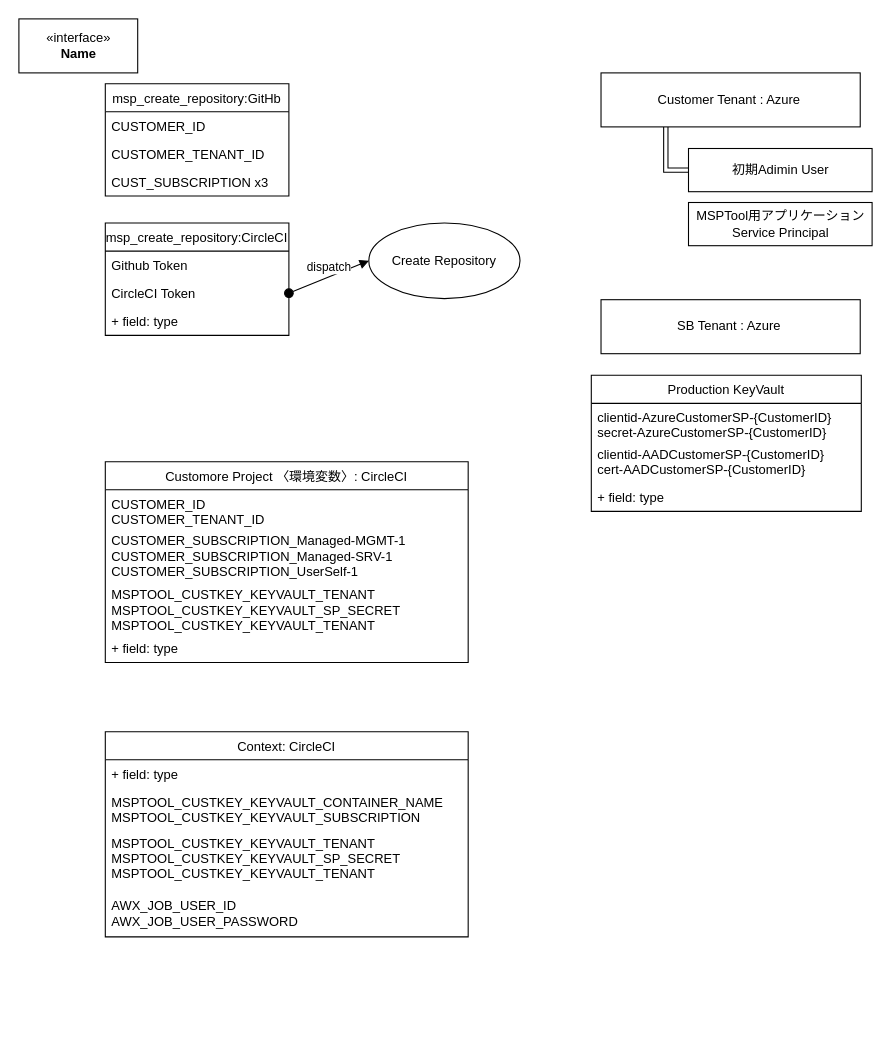
katok614/testtest keeps this draw.io diagram as doc/名称未設定ファイル.drawio. Above is the earlier version. Source tidied: cells renumbered, new cells numbered last; positions are measured from the earlier drawing's top-left corner, leaving out a move shared by most shapes. Both pictures are drawn from the tidied source at 108%, with x=0, y=0 at pixel (18, 18).
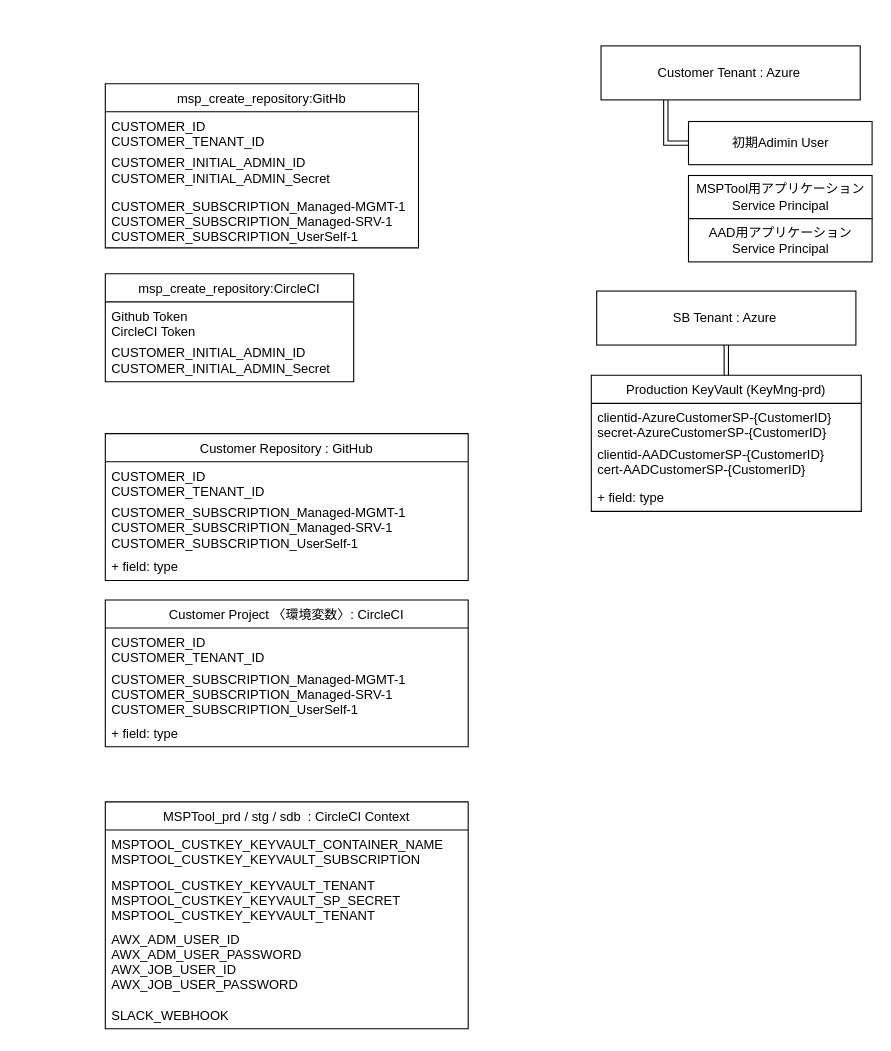
The same diagram, later.

Commit message:
名称未設定ファイル.drawio を更新します

Change to the diagram source:
```diff
@@
-    <mxCell id="2" value="&amp;laquo;interface&amp;raquo;&lt;br&gt;&lt;b&gt;Name&lt;/b&gt;" style="html=1;" parent="1" vertex="1">
-      <mxGeometry width="110" height="50" as="geometry" />
-    </mxCell>
     <mxCell id="3" value="msp_create_repository:GitHb" style="swimlane;fontStyle=0;horizontal=1;startSize=26;fillColor=none;" parent="1" vertex="1">
-      <mxGeometry x="80" y="60" width="170" height="104" as="geometry" />
+      <mxGeometry x="80" y="60" width="290" height="152" as="geometry" />
     </mxCell>
-    <mxCell id="4" value="CUSTOMER_ID" style="text;strokeColor=none;fillColor=none;align=left;verticalAlign=top;spacingLeft=4;spacingRight=4;overflow=hidden;" parent="3" vertex="1">
-      <mxGeometry y="26" width="170" height="26" as="geometry" />
+    <mxCell id="4" value="CUSTOMER_ID&#10;CUSTOMER_TENANT_ID" style="text;strokeColor=none;fillColor=none;align=left;verticalAlign=top;spacingLeft=4;spacingRight=4;overflow=hidden;" parent="3" vertex="1">
+      <mxGeometry y="26" width="290" height="34" as="geometry" />
     </mxCell>
-    <mxCell id="5" value="CUSTOMER_TENANT_ID" style="text;strokeColor=none;fillColor=none;align=left;verticalAlign=top;spacingLeft=4;spacingRight=4;overflow=hidden;" parent="3" vertex="1">
-      <mxGeometry y="52" width="170" height="26" as="geometry" />
+    <mxCell id="5" value="CUSTOMER_INITIAL_ADMIN_ID&#10;CUSTOMER_INITIAL_ADMIN_Secret&#10;" style="text;strokeColor=none;fillColor=none;align=left;verticalAlign=top;spacingLeft=4;spacingRight=4;overflow=hidden;" parent="3" vertex="1">
+      <mxGeometry y="60" width="290" height="40" as="geometry" />
     </mxCell>
-    <mxCell id="6" value="CUST_SUBSCRIPTION x3" style="text;strokeColor=none;fillColor=none;align=left;verticalAlign=top;spacingLeft=4;spacingRight=4;overflow=hidden;" parent="3" vertex="1">
-      <mxGeometry y="78" width="170" height="26" as="geometry" />
+    <mxCell id="6" value="CUSTOMER_SUBSCRIPTION_Managed-MGMT-1&#10;CUSTOMER_SUBSCRIPTION_Managed-SRV-1&#10;CUSTOMER_SUBSCRIPTION_UserSelf-1" style="text;strokeColor=none;fillColor=none;align=left;verticalAlign=top;spacingLeft=4;spacingRight=4;overflow=hidden;" parent="3" vertex="1">
+      <mxGeometry y="100" width="290" height="52" as="geometry" />
     </mxCell>
     <mxCell id="7" value="msp_create_repository:CircleCI" style="swimlane;fontStyle=0;horizontal=1;startSize=26;fillColor=none;" parent="1" vertex="1">
-      <mxGeometry x="80" y="189" width="170" height="104" as="geometry" />
+      <mxGeometry x="80" y="236" width="230" height="100" as="geometry" />
     </mxCell>
-    <mxCell id="8" value="Github Token" style="text;strokeColor=none;fillColor=none;align=left;verticalAlign=top;spacingLeft=4;spacingRight=4;overflow=hidden;" parent="7" vertex="1">
-      <mxGeometry y="26" width="170" height="26" as="geometry" />
+    <mxCell id="8" value="Github Token&#10;CircleCI Token" style="text;strokeColor=none;fillColor=none;align=left;verticalAlign=top;spacingLeft=4;spacingRight=4;overflow=hidden;" parent="7" vertex="1">
+      <mxGeometry y="26" width="230" height="34" as="geometry" />
     </mxCell>
-    <mxCell id="9" value="CircleCI Token" style="text;strokeColor=none;fillColor=none;align=left;verticalAlign=top;spacingLeft=4;spacingRight=4;overflow=hidden;points=[[0,0.5],[1,0.5]];portConstraint=eastwest;" parent="7" vertex="1">
-      <mxGeometry y="52" width="170" height="26" as="geometry" />
-    </mxCell>
-    <mxCell id="10" value="+ field: type" style="text;strokeColor=none;fillColor=none;align=left;verticalAlign=top;spacingLeft=4;spacingRight=4;overflow=hidden;" parent="7" vertex="1">
-      <mxGeometry y="78" width="170" height="26" as="geometry" />
+    <mxCell id="10" value="CUSTOMER_INITIAL_ADMIN_ID&#10;CUSTOMER_INITIAL_ADMIN_Secret&#10;" style="text;strokeColor=none;fillColor=none;align=left;verticalAlign=top;spacingLeft=4;spacingRight=4;overflow=hidden;" parent="7" vertex="1">
+      <mxGeometry y="60" width="230" height="40" as="geometry" />
     </mxCell>
-    <mxCell id="11" value="Create Repository" style="ellipse;whiteSpace=wrap;html=1;" parent="1" vertex="1">
-      <mxGeometry x="324" y="189" width="140" height="70" as="geometry" />
-    </mxCell>
-    <mxCell id="12" value="dispatch" style="html=1;verticalAlign=bottom;startArrow=oval;startFill=1;endArrow=block;startSize=8;entryX=0;entryY=0.5;entryDx=0;entryDy=0;exitX=1;exitY=0.5;exitDx=0;exitDy=0;" parent="1" edge="1" source="9" target="11">
-      <mxGeometry relative="1" as="geometry" />
-    </mxCell>
-    <mxCell id="13" value="Context: CircleCI" style="swimlane;fontStyle=0;horizontal=1;startSize=26;fillColor=none;" parent="1" vertex="1">
-      <mxGeometry x="80" y="660" width="336" height="190" as="geometry" />
+    <mxCell id="13" value="MSPTool_prd / stg / sdb  : CircleCI Context" style="swimlane;fontStyle=0;horizontal=1;startSize=26;fillColor=none;" parent="1" vertex="1">
+      <mxGeometry x="80" y="725" width="336" height="210" as="geometry" />
     </mxCell>
-    <mxCell id="14" value="+ field: type" style="text;strokeColor=none;fillColor=none;align=left;verticalAlign=top;spacingLeft=4;spacingRight=4;overflow=hidden;" parent="13" vertex="1">
-      <mxGeometry y="26" width="336" height="26" as="geometry" />
-    </mxCell>
     <mxCell id="15" value="MSPTOOL_CUSTKEY_KEYVAULT_CONTAINER_NAME&#10;MSPTOOL_CUSTKEY_KEYVAULT_SUBSCRIPTION" style="text;strokeColor=none;fillColor=none;align=left;verticalAlign=top;spacingLeft=4;spacingRight=4;overflow=hidden;" parent="13" vertex="1">
-      <mxGeometry y="52" width="336" height="38" as="geometry" />
+      <mxGeometry y="26" width="336" height="38" as="geometry" />
     </mxCell>
     <mxCell id="16" value="MSPTOOL_CUSTKEY_KEYVAULT_TENANT&#10;MSPTOOL_CUSTKEY_KEYVAULT_SP_SECRET&#10;MSPTOOL_CUSTKEY_KEYVAULT_TENANT" style="text;strokeColor=none;fillColor=none;align=left;verticalAlign=top;spacingLeft=4;spacingRight=4;overflow=hidden;" parent="13" vertex="1">
-      <mxGeometry y="90" width="336" height="58" as="geometry" />
+      <mxGeometry y="64" width="336" height="50" as="geometry" />
     </mxCell>
-    <mxCell id="17" value="AWX_JOB_USER_ID&#10;AWX_JOB_USER_PASSWORD" style="text;strokeColor=none;fillColor=none;align=left;verticalAlign=top;spacingLeft=4;spacingRight=4;overflow=hidden;" parent="13" vertex="1">
-      <mxGeometry y="148" width="336" height="42" as="geometry" />
+    <mxCell id="17" value="AWX_ADM_USER_ID&#10;AWX_ADM_USER_PASSWORD&#10;AWX_JOB_USER_ID&#10;AWX_JOB_USER_PASSWORD" style="text;strokeColor=none;fillColor=none;align=left;verticalAlign=top;spacingLeft=4;spacingRight=4;overflow=hidden;" parent="13" vertex="1">
+      <mxGeometry y="114" width="336" height="70" as="geometry" />
     </mxCell>
+    <mxCell id="32" value="SLACK_WEBHOOK" style="text;strokeColor=none;fillColor=none;align=left;verticalAlign=top;spacingLeft=4;spacingRight=4;overflow=hidden;" parent="13" vertex="1">
+      <mxGeometry y="184" width="336" height="26" as="geometry" />
+    </mxCell>
-    <mxCell id="18" value="Customore Project 〈環境変数〉: CircleCI" style="swimlane;fontStyle=0;horizontal=1;startSize=26;fillColor=none;" parent="1" vertex="1">
-      <mxGeometry x="80" y="410" width="336" height="186" as="geometry" />
+    <mxCell id="18" value="Customer Project 〈環境変数〉: CircleCI" style="swimlane;fontStyle=0;horizontal=1;startSize=26;fillColor=none;" parent="1" vertex="1">
+      <mxGeometry x="80" y="538" width="336" height="136" as="geometry" />
     </mxCell>
@@
-    <mxCell id="21" value="MSPTOOL_CUSTKEY_KEYVAULT_TENANT&#10;MSPTOOL_CUSTKEY_KEYVAULT_SP_SECRET&#10;MSPTOOL_CUSTKEY_KEYVAULT_TENANT" style="text;strokeColor=none;fillColor=none;align=left;verticalAlign=top;spacingLeft=4;spacingRight=4;overflow=hidden;" parent="18" vertex="1">
-      <mxGeometry y="110" width="336" height="50" as="geometry" />
-    </mxCell>
     <mxCell id="22" value="+ field: type" style="text;strokeColor=none;fillColor=none;align=left;verticalAlign=top;spacingLeft=4;spacingRight=4;overflow=hidden;" parent="18" vertex="1">
-      <mxGeometry y="160" width="336" height="26" as="geometry" />
+      <mxGeometry y="110" width="336" height="26" as="geometry" />
     </mxCell>
@@
     <mxCell id="24" value="Customer Tenant : Azure&amp;nbsp;" style="html=1;" parent="1" vertex="1">
-      <mxGeometry x="539" y="50" width="240" height="50" as="geometry" />
+      <mxGeometry x="539" y="25" width="240" height="50" as="geometry" />
     </mxCell>
     <mxCell id="25" value="初期Adimin User" style="html=1;" parent="1" vertex="1">
-      <mxGeometry x="620" y="120" width="170" height="40" as="geometry" />
+      <mxGeometry x="620" y="95" width="170" height="40" as="geometry" />
     </mxCell>
     <mxCell id="26" value="MSPTool用アプリケーション&lt;br&gt;Service Principal" style="html=1;" parent="1" vertex="1">
-      <mxGeometry x="620" y="170" width="170" height="40" as="geometry" />
+      <mxGeometry x="620" y="145" width="170" height="40" as="geometry" />
     </mxCell>
-    <mxCell id="27" value="Production KeyVault" style="swimlane;fontStyle=0;horizontal=1;startSize=26;fillColor=none;" parent="1" vertex="1">
+    <mxCell id="27" value="Production KeyVault (KeyMng-prd)" style="swimlane;fontStyle=0;horizontal=1;startSize=26;fillColor=none;" parent="1" vertex="1">
       <mxGeometry x="530" y="330" width="250" height="126" as="geometry" />
     </mxCell>
@@
+    <mxCell id="33" style="edgeStyle=orthogonalEdgeStyle;rounded=0;jettySize=auto;html=1;exitX=0.5;exitY=1;exitDx=0;exitDy=0;shape=link;" parent="1" edge="1" source="31" target="27">
+      <mxGeometry relative="1" as="geometry" />
+    </mxCell>
     <mxCell id="31" value="SB Tenant : Azure&amp;nbsp;" style="html=1;" parent="1" vertex="1">
-      <mxGeometry x="539" y="260" width="240" height="50" as="geometry" />
+      <mxGeometry x="535" y="252" width="240" height="50" as="geometry" />
     </mxCell>
+    <mxCell id="34" value="AAD用アプリケーション&lt;br&gt;Service Principal" style="html=1;" parent="1" vertex="1">
+      <mxGeometry x="620" y="185" width="170" height="40" as="geometry" />
+    </mxCell>
+    <mxCell id="35" value="Customer Repository : GitHub" style="swimlane;fontStyle=0;horizontal=1;startSize=26;fillColor=none;" parent="1" vertex="1">
+      <mxGeometry x="80" y="384" width="336" height="136" as="geometry" />
+    </mxCell>
+    <mxCell id="36" value="CUSTOMER_ID&#10;CUSTOMER_TENANT_ID" style="text;strokeColor=none;fillColor=none;align=left;verticalAlign=top;spacingLeft=4;spacingRight=4;overflow=hidden;" parent="35" vertex="1">
+      <mxGeometry y="26" width="336" height="34" as="geometry" />
+    </mxCell>
+    <mxCell id="37" value="CUSTOMER_SUBSCRIPTION_Managed-MGMT-1&#10;CUSTOMER_SUBSCRIPTION_Managed-SRV-1&#10;CUSTOMER_SUBSCRIPTION_UserSelf-1" style="text;strokeColor=none;fillColor=none;align=left;verticalAlign=top;spacingLeft=4;spacingRight=4;overflow=hidden;" parent="35" vertex="1">
+      <mxGeometry y="60" width="336" height="50" as="geometry" />
+    </mxCell>
+    <mxCell id="14" value="+ field: type" style="text;strokeColor=none;fillColor=none;align=left;verticalAlign=top;spacingLeft=4;spacingRight=4;overflow=hidden;" parent="35" vertex="1">
+      <mxGeometry y="110" width="336" height="26" as="geometry" />
+    </mxCell>
```
